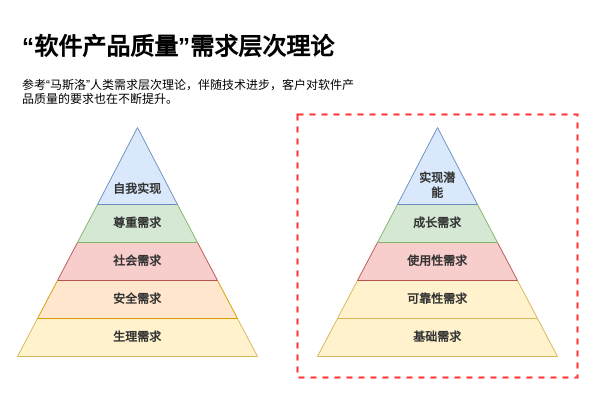
Earlier version of the draw.io diagram 低代码—用户需求.drawio (tangyaosimida/love). Source tidied: cells renumbered, new cells numbered last; positions are measured from the earlier drawing's top-left corner, leaving out a move shared by most shapes. Both pictures are drawn from the tidied source at 100%, with x=0, y=0 at pixel (17, 27).
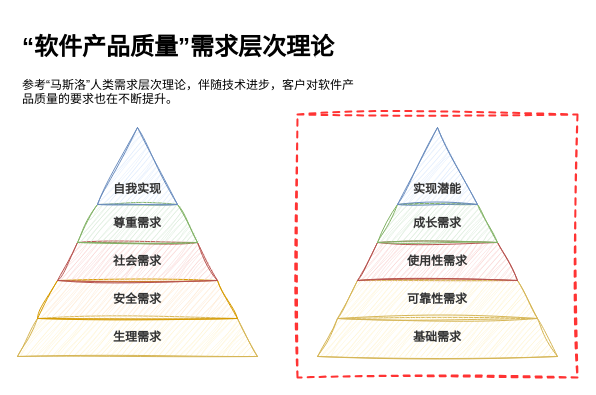
After the change.

Commit message:
更新低代码—用户需求.drawio

What changed in the source:
```diff
@@
 <mxGraphModel>
   <root>
     <mxCell id="0" />
     <mxCell id="1" parent="0" />
-    <mxCell id="2" style="rounded=0;whiteSpace=wrap;html=1;fillColor=none;dashed=1;strokeColor=#FF3333;strokeWidth=2;" parent="1" vertex="1">
+    <mxCell id="2" style="rounded=0;whiteSpace=wrap;html=1;fillColor=none;dashed=1;strokeColor=#FF3333;strokeWidth=2;sketch=1;curveFitting=1;jiggle=2;" parent="1" vertex="1">
       <mxGeometry x="280" y="87" width="280" height="263" as="geometry" />
     </mxCell>
     <mxCell id="3" value="&lt;h1&gt;“软件产品质量”需求层次理论&lt;/h1&gt;&lt;div&gt;参考“马斯洛”人类需求层次理论，伴随技术进步，客户对软件产品质量的要求也在不断提升。&lt;/div&gt;" style="text;html=1;spacing=5;spacingTop=-20;whiteSpace=wrap;overflow=hidden;rounded=0;" parent="1" vertex="1">
       <mxGeometry width="350" height="100" as="geometry" />
     </mxCell>
-    <mxCell id="4" value="生理需求" style="shape=trapezoid;perimeter=trapezoidPerimeter;whiteSpace=wrap;html=1;fixedSize=1;fillColor=#fff2cc;strokeColor=#d6b656;fontStyle=1;fontColor=#333333;fontSize=12;" parent="1" vertex="1">
+    <mxCell id="4" value="生理需求" style="shape=trapezoid;perimeter=trapezoidPerimeter;whiteSpace=wrap;html=1;fixedSize=1;fillColor=#fff2cc;strokeColor=#d6b656;fontStyle=1;fontColor=#333333;fontSize=12;sketch=1;curveFitting=1;jiggle=2;" parent="1" vertex="1">
       <mxGeometry y="291" width="240" height="38" as="geometry" />
     </mxCell>
-    <mxCell id="5" value="安全需求" style="shape=trapezoid;perimeter=trapezoidPerimeter;whiteSpace=wrap;html=1;fixedSize=1;fillColor=#ffe6cc;strokeColor=#d79b00;fontStyle=1;fontColor=#333333;fontSize=12;" parent="1" vertex="1">
+    <mxCell id="5" value="安全需求" style="shape=trapezoid;perimeter=trapezoidPerimeter;whiteSpace=wrap;html=1;fixedSize=1;fillColor=#ffe6cc;strokeColor=#d79b00;fontStyle=1;fontColor=#333333;fontSize=12;sketch=1;curveFitting=1;jiggle=2;" parent="1" vertex="1">
       <mxGeometry x="20" y="253" width="200" height="38" as="geometry" />
     </mxCell>
-    <mxCell id="6" value="社会需求" style="shape=trapezoid;perimeter=trapezoidPerimeter;whiteSpace=wrap;html=1;fixedSize=1;fillColor=#f8cecc;strokeColor=#b85450;fontStyle=1;fontColor=#333333;fontSize=12;" parent="1" vertex="1">
+    <mxCell id="6" value="社会需求" style="shape=trapezoid;perimeter=trapezoidPerimeter;whiteSpace=wrap;html=1;fixedSize=1;fillColor=#f8cecc;strokeColor=#b85450;fontStyle=1;fontColor=#333333;fontSize=12;sketch=1;curveFitting=1;jiggle=2;" parent="1" vertex="1">
       <mxGeometry x="40" y="215" width="160" height="38" as="geometry" />
     </mxCell>
-    <mxCell id="7" value="尊重需求" style="shape=trapezoid;perimeter=trapezoidPerimeter;whiteSpace=wrap;html=1;fixedSize=1;fillColor=#d5e8d4;strokeColor=#82b366;fontStyle=1;fontColor=#333333;fontSize=12;" parent="1" vertex="1">
+    <mxCell id="7" value="尊重需求" style="shape=trapezoid;perimeter=trapezoidPerimeter;whiteSpace=wrap;html=1;fixedSize=1;fillColor=#d5e8d4;strokeColor=#82b366;fontStyle=1;fontColor=#333333;fontSize=12;sketch=1;curveFitting=1;jiggle=2;" parent="1" vertex="1">
       <mxGeometry x="60" y="177" width="120" height="38" as="geometry" />
     </mxCell>
-    <mxCell id="8" style="verticalLabelPosition=bottom;verticalAlign=top;html=1;shape=mxgraph.basic.acute_triangle;dx=0.5;fillColor=#dae8fc;strokeColor=#6c8ebf;fontColor=#333333;" parent="1" vertex="1">
+    <mxCell id="8" style="verticalLabelPosition=bottom;verticalAlign=top;html=1;shape=mxgraph.basic.acute_triangle;dx=0.5;fillColor=#dae8fc;strokeColor=#6c8ebf;fontColor=#333333;sketch=1;curveFitting=1;jiggle=2;" parent="1" vertex="1">
       <mxGeometry x="80" y="100" width="80" height="77" as="geometry" />
     </mxCell>
-    <mxCell id="9" value="基础需求" style="shape=trapezoid;perimeter=trapezoidPerimeter;whiteSpace=wrap;html=1;fixedSize=1;fillColor=#fff2cc;strokeColor=#d6b656;fontStyle=1;fontColor=#333333;fontSize=12;" parent="1" vertex="1">
+    <mxCell id="9" value="基础需求" style="shape=trapezoid;perimeter=trapezoidPerimeter;whiteSpace=wrap;html=1;fixedSize=1;fillColor=#fff2cc;strokeColor=#d6b656;fontStyle=1;fontColor=#333333;fontSize=12;sketch=1;curveFitting=1;jiggle=2;" parent="1" vertex="1">
       <mxGeometry x="300" y="291" width="240" height="38" as="geometry" />
     </mxCell>
-    <mxCell id="10" value="可靠性需求" style="shape=trapezoid;perimeter=trapezoidPerimeter;whiteSpace=wrap;html=1;fixedSize=1;fillColor=#fff2cc;strokeColor=#d6b656;fontStyle=1;fontColor=#333333;fontSize=12;" parent="1" vertex="1">
+    <mxCell id="10" value="可靠性需求" style="shape=trapezoid;perimeter=trapezoidPerimeter;whiteSpace=wrap;html=1;fixedSize=1;fillColor=#fff2cc;strokeColor=#d6b656;fontStyle=1;fontColor=#333333;fontSize=12;sketch=1;curveFitting=1;jiggle=2;" parent="1" vertex="1">
       <mxGeometry x="320" y="253" width="200" height="38" as="geometry" />
     </mxCell>
-    <mxCell id="11" value="使用性需求" style="shape=trapezoid;perimeter=trapezoidPerimeter;whiteSpace=wrap;html=1;fixedSize=1;fillColor=#f8cecc;strokeColor=#b85450;fontStyle=1;fontColor=#333333;fontSize=12;" parent="1" vertex="1">
+    <mxCell id="11" value="使用性需求" style="shape=trapezoid;perimeter=trapezoidPerimeter;whiteSpace=wrap;html=1;fixedSize=1;fillColor=#f8cecc;strokeColor=#b85450;fontStyle=1;fontColor=#333333;fontSize=12;sketch=1;curveFitting=1;jiggle=2;" parent="1" vertex="1">
       <mxGeometry x="340" y="215" width="160" height="38" as="geometry" />
     </mxCell>
-    <mxCell id="12" value="成长需求" style="shape=trapezoid;perimeter=trapezoidPerimeter;whiteSpace=wrap;html=1;fixedSize=1;fillColor=#d5e8d4;strokeColor=#82b366;fontStyle=1;fontColor=#333333;fontSize=12;" parent="1" vertex="1">
+    <mxCell id="12" value="成长需求" style="shape=trapezoid;perimeter=trapezoidPerimeter;whiteSpace=wrap;html=1;fixedSize=1;fillColor=#d5e8d4;strokeColor=#82b366;fontStyle=1;fontColor=#333333;fontSize=12;sketch=1;curveFitting=1;jiggle=2;" parent="1" vertex="1">
       <mxGeometry x="360" y="177" width="120" height="38" as="geometry" />
     </mxCell>
-    <mxCell id="13" style="verticalLabelPosition=bottom;verticalAlign=top;html=1;shape=mxgraph.basic.acute_triangle;dx=0.5;fillColor=#dae8fc;strokeColor=#6c8ebf;fontColor=#333333;" parent="1" vertex="1">
+    <mxCell id="13" style="verticalLabelPosition=bottom;verticalAlign=top;html=1;shape=mxgraph.basic.acute_triangle;dx=0.5;fillColor=#dae8fc;strokeColor=#6c8ebf;fontColor=#333333;sketch=1;curveFitting=1;jiggle=2;" parent="1" vertex="1">
       <mxGeometry x="380" y="100" width="80" height="77" as="geometry" />
     </mxCell>
-    <mxCell id="14" value="自我实现" style="text;html=1;align=center;verticalAlign=middle;whiteSpace=wrap;rounded=0;fontStyle=1;fontColor=#333333;fontSize=12;" parent="1" vertex="1">
+    <mxCell id="14" value="自我实现" style="text;html=1;align=center;verticalAlign=middle;whiteSpace=wrap;rounded=0;fontStyle=1;fontColor=#333333;fontSize=12;sketch=1;curveFitting=1;jiggle=2;" parent="1" vertex="1">
       <mxGeometry x="90" y="147" width="60" height="30" as="geometry" />
     </mxCell>
-    <mxCell id="15" value="实现潜能" style="text;html=1;align=center;verticalAlign=middle;whiteSpace=wrap;rounded=0;fontStyle=1;fontColor=#333333;fontSize=12;" parent="1" vertex="1">
-      <mxGeometry x="400" y="143" width="40" height="30" as="geometry" />
+    <mxCell id="15" value="实现潜能" style="text;html=1;align=center;verticalAlign=middle;whiteSpace=wrap;rounded=0;fontStyle=1;fontColor=#333333;fontSize=12;sketch=1;curveFitting=1;jiggle=2;" parent="1" vertex="1">
+      <mxGeometry x="395" y="147" width="50" height="30" as="geometry" />
     </mxCell>
   </root>
 </mxGraphModel>
```
